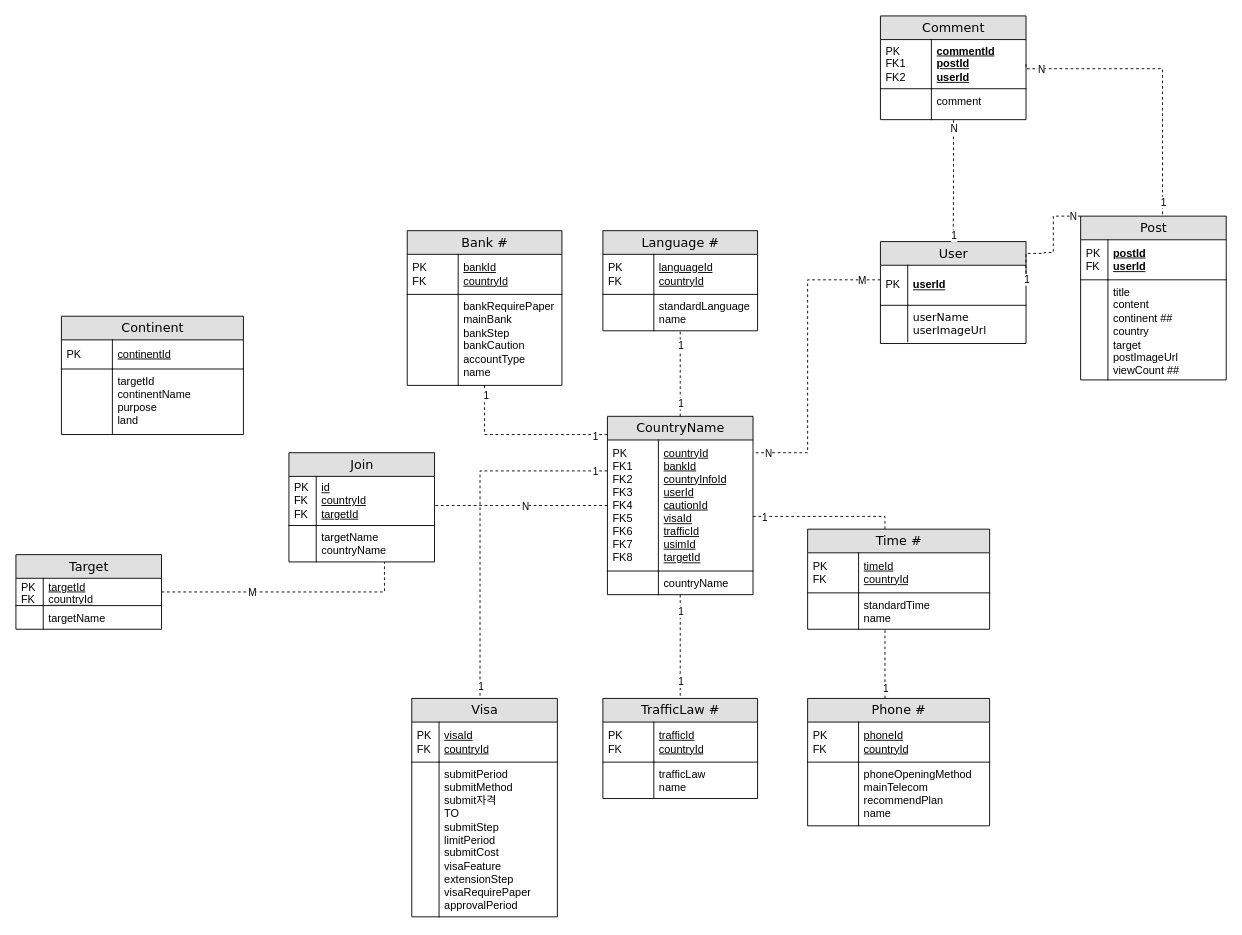
qwe1234k/finalProjectERD keeps this draw.io diagram as ERD.drawio. Above is the earlier version. Source tidied: cells renumbered, new cells numbered last; positions are measured from the earlier drawing's top-left corner, leaving out a move shared by most shapes. Both pictures are drawn from the tidied source at 91%, with x=0, y=0 at pixel (15, 15).
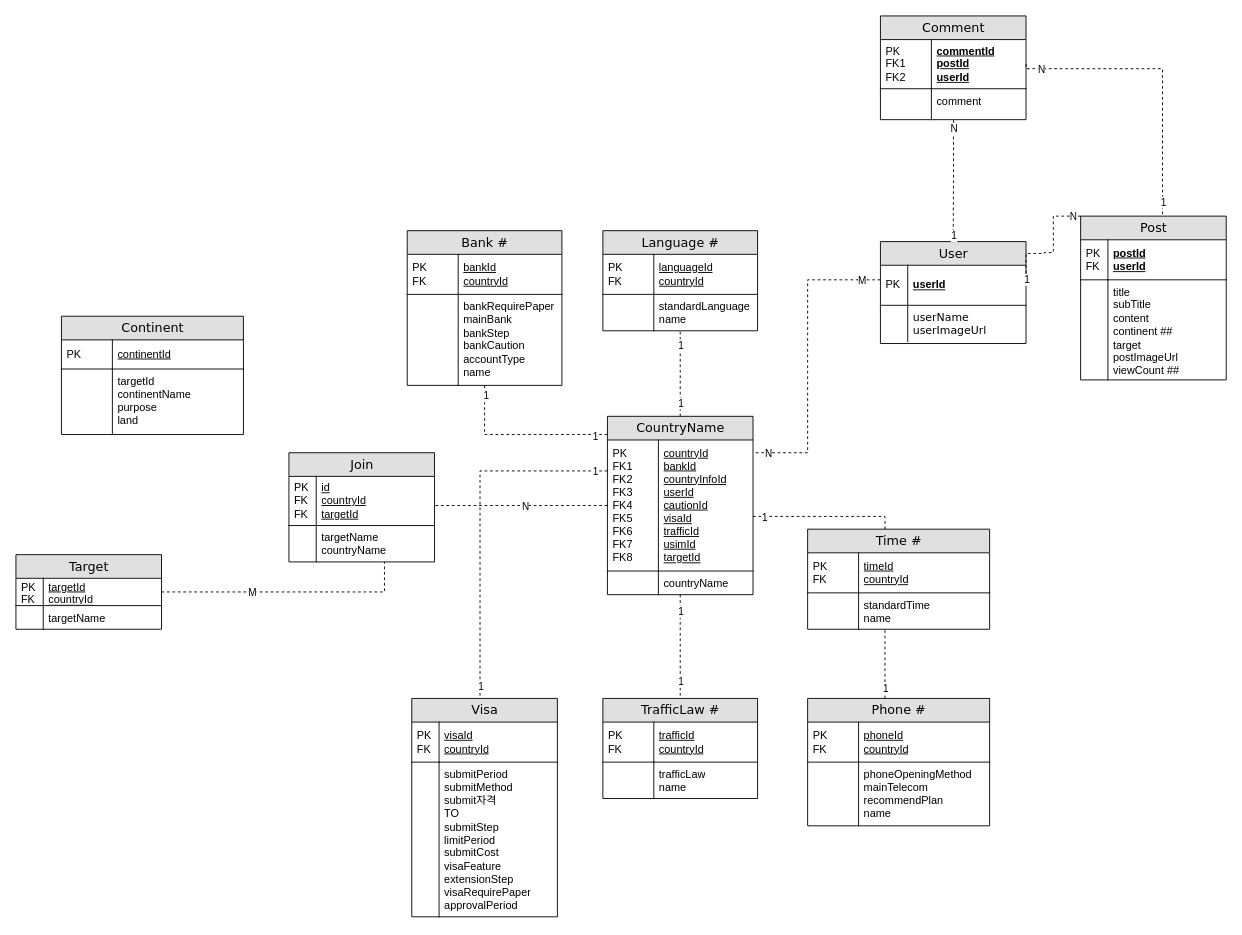
The same diagram, later.

The change refers to these unchanged cells:
```xml
<mxCell id="7" value="Post" style="swimlane;html=1;fontStyle=0;horizontal=1;startSize=26;fillColor=#e0e0e0;swimlaneFillColor=#ffffff;align=center;rounded=0;shadow=0;comic=0;labelBackgroundColor=none;strokeWidth=1;fontFamily=Verdana;fontSize=14;" parent="1" vertex="1">
  <mxGeometry x="1170" y="220" width="160" height="180" as="geometry" />
</mxCell>
```

What changed in the source:
```diff
@@
-    <mxCell id="10" value="title&lt;br&gt;content&lt;br&gt;continent ##&lt;br&gt;country&lt;br&gt;target&lt;br&gt;postImageUrl&lt;br&gt;viewCount ##" style="shape=partialRectangle;top=0;left=0;right=0;bottom=0;html=1;align=left;verticalAlign=top;fillColor=none;spacingLeft=34;spacingRight=4;whiteSpace=wrap;overflow=hidden;" parent="7" vertex="1">
+    <mxCell id="10" value="title&lt;br&gt;subTitle&lt;br&gt;content&lt;br&gt;continent ##&lt;br&gt;target&lt;br&gt;postImageUrl&lt;br&gt;viewCount ##" style="shape=partialRectangle;top=0;left=0;right=0;bottom=0;html=1;align=left;verticalAlign=top;fillColor=none;spacingLeft=34;spacingRight=4;whiteSpace=wrap;overflow=hidden;" parent="7" vertex="1">
       <mxGeometry y="70" width="160" height="110" as="geometry" />
     </mxCell>
```
